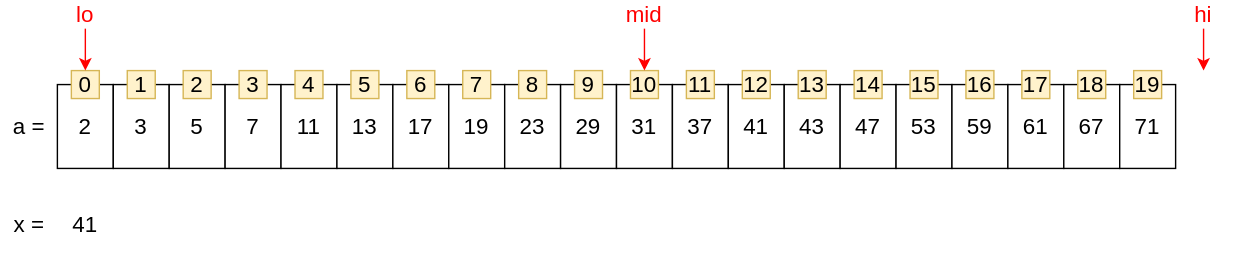
The draw.io diagram img/algorithm/algorithm-1030-01-01-01.svg in zininote/zininote.github.io-old-, before a commit. Source tidied: cells renumbered, new cells last; positions are measured from the earlier drawing's top-left corner, leaving out a move shared by most shapes. Source of this version:
```xml
<mxGraphModel>
  <root>
    <mxCell id="0" />
    <mxCell id="1" parent="0" />
    <mxCell id="2" style="group;" parent="1" vertex="1">
      <mxGeometry x="40" y="60" width="800" height="60" as="geometry" />
    </mxCell>
    <mxCell id="3" value="2" style="rounded=0;whiteSpace=wrap;html=1;fontSize=16;" parent="2" vertex="1">
      <mxGeometry width="40" height="60" as="geometry" />
    </mxCell>
    <mxCell id="4" value="3" style="rounded=0;whiteSpace=wrap;html=1;fontSize=16;" parent="2" vertex="1">
      <mxGeometry x="40" width="40" height="60" as="geometry" />
    </mxCell>
    <mxCell id="5" value="5" style="rounded=0;whiteSpace=wrap;html=1;fontSize=16;" parent="2" vertex="1">
      <mxGeometry x="80" width="40" height="60" as="geometry" />
    </mxCell>
    <mxCell id="6" value="7" style="rounded=0;whiteSpace=wrap;html=1;fontSize=16;" parent="2" vertex="1">
      <mxGeometry x="120" width="40" height="60" as="geometry" />
    </mxCell>
    <mxCell id="7" value="11" style="rounded=0;whiteSpace=wrap;html=1;fontSize=16;" parent="2" vertex="1">
      <mxGeometry x="160" width="40" height="60" as="geometry" />
    </mxCell>
    <mxCell id="8" value="13" style="rounded=0;whiteSpace=wrap;html=1;fontSize=16;" parent="2" vertex="1">
      <mxGeometry x="200" width="40" height="60" as="geometry" />
    </mxCell>
    <mxCell id="9" value="17" style="rounded=0;whiteSpace=wrap;html=1;fontSize=16;" parent="2" vertex="1">
      <mxGeometry x="240" width="40" height="60" as="geometry" />
    </mxCell>
    <mxCell id="10" value="19" style="rounded=0;whiteSpace=wrap;html=1;fontSize=16;" parent="2" vertex="1">
      <mxGeometry x="280" width="40" height="60" as="geometry" />
    </mxCell>
    <mxCell id="11" value="23" style="rounded=0;whiteSpace=wrap;html=1;fontSize=16;" parent="2" vertex="1">
      <mxGeometry x="320" width="40" height="60" as="geometry" />
    </mxCell>
    <mxCell id="12" value="29" style="rounded=0;whiteSpace=wrap;html=1;fontSize=16;" parent="2" vertex="1">
      <mxGeometry x="360" width="40" height="60" as="geometry" />
    </mxCell>
    <mxCell id="13" value="31" style="rounded=0;whiteSpace=wrap;html=1;fontSize=16;" parent="2" vertex="1">
      <mxGeometry x="400" width="40" height="60" as="geometry" />
    </mxCell>
    <mxCell id="14" value="37" style="rounded=0;whiteSpace=wrap;html=1;fontSize=16;" parent="2" vertex="1">
      <mxGeometry x="440" width="40" height="60" as="geometry" />
    </mxCell>
    <mxCell id="15" value="41" style="rounded=0;whiteSpace=wrap;html=1;fontSize=16;" parent="2" vertex="1">
      <mxGeometry x="480" width="40" height="60" as="geometry" />
    </mxCell>
    <mxCell id="16" value="43" style="rounded=0;whiteSpace=wrap;html=1;fontSize=16;" parent="2" vertex="1">
      <mxGeometry x="520" width="40" height="60" as="geometry" />
    </mxCell>
    <mxCell id="17" value="47" style="rounded=0;whiteSpace=wrap;html=1;fontSize=16;" parent="2" vertex="1">
      <mxGeometry x="560" width="40" height="60" as="geometry" />
    </mxCell>
    <mxCell id="18" value="53" style="rounded=0;whiteSpace=wrap;html=1;fontSize=16;" parent="2" vertex="1">
      <mxGeometry x="600" width="40" height="60" as="geometry" />
    </mxCell>
    <mxCell id="19" value="59" style="rounded=0;whiteSpace=wrap;html=1;fontSize=16;" parent="2" vertex="1">
      <mxGeometry x="640" width="40" height="60" as="geometry" />
    </mxCell>
    <mxCell id="20" value="61" style="rounded=0;whiteSpace=wrap;html=1;fontSize=16;" parent="2" vertex="1">
      <mxGeometry x="680" width="40" height="60" as="geometry" />
    </mxCell>
    <mxCell id="21" value="67" style="rounded=0;whiteSpace=wrap;html=1;fontSize=16;" parent="2" vertex="1">
      <mxGeometry x="720" width="40" height="60" as="geometry" />
    </mxCell>
    <mxCell id="22" value="71" style="rounded=0;whiteSpace=wrap;html=1;fontSize=16;" parent="2" vertex="1">
      <mxGeometry x="760" width="40" height="60" as="geometry" />
    </mxCell>
    <mxCell id="23" value="a =" style="text;html=1;strokeColor=none;fillColor=none;align=center;verticalAlign=middle;whiteSpace=wrap;rounded=0;fontSize=16;" parent="1" vertex="1">
      <mxGeometry y="60" width="40" height="60" as="geometry" />
    </mxCell>
    <mxCell id="24" value="x =" style="text;html=1;strokeColor=none;fillColor=none;align=center;verticalAlign=middle;whiteSpace=wrap;rounded=0;fontSize=16;" parent="1" vertex="1">
      <mxGeometry y="140" width="40" height="40" as="geometry" />
    </mxCell>
    <mxCell id="25" value="41" style="text;html=1;strokeColor=none;fillColor=none;align=center;verticalAlign=middle;whiteSpace=wrap;rounded=0;fontSize=16;" parent="1" vertex="1">
      <mxGeometry x="40" y="140" width="40" height="40" as="geometry" />
    </mxCell>
    <mxCell id="26" value="&lt;span style=&quot;font-size: 16px&quot;&gt;0&lt;/span&gt;" style="text;html=1;strokeColor=#d6b656;fillColor=#fff2cc;align=center;verticalAlign=middle;whiteSpace=wrap;rounded=0;" parent="1" vertex="1">
      <mxGeometry x="50" y="50" width="20" height="20" as="geometry" />
    </mxCell>
    <mxCell id="27" value="&lt;span style=&quot;font-size: 16px&quot;&gt;1&lt;/span&gt;" style="text;html=1;strokeColor=#d6b656;fillColor=#fff2cc;align=center;verticalAlign=middle;whiteSpace=wrap;rounded=0;" parent="1" vertex="1">
      <mxGeometry x="90" y="50" width="20" height="20" as="geometry" />
    </mxCell>
    <mxCell id="28" value="&lt;span style=&quot;font-size: 16px&quot;&gt;2&lt;/span&gt;" style="text;html=1;strokeColor=#d6b656;fillColor=#fff2cc;align=center;verticalAlign=middle;whiteSpace=wrap;rounded=0;" parent="1" vertex="1">
      <mxGeometry x="130" y="50" width="20" height="20" as="geometry" />
    </mxCell>
    <mxCell id="29" value="&lt;span style=&quot;font-size: 16px&quot;&gt;3&lt;/span&gt;" style="text;html=1;strokeColor=#d6b656;fillColor=#fff2cc;align=center;verticalAlign=middle;whiteSpace=wrap;rounded=0;" parent="1" vertex="1">
      <mxGeometry x="170" y="50" width="20" height="20" as="geometry" />
    </mxCell>
    <mxCell id="30" value="&lt;span style=&quot;font-size: 16px&quot;&gt;4&lt;/span&gt;" style="text;html=1;strokeColor=#d6b656;fillColor=#fff2cc;align=center;verticalAlign=middle;whiteSpace=wrap;rounded=0;" parent="1" vertex="1">
      <mxGeometry x="210" y="50" width="20" height="20" as="geometry" />
    </mxCell>
    <mxCell id="31" value="&lt;span style=&quot;font-size: 16px&quot;&gt;5&lt;/span&gt;" style="text;html=1;strokeColor=#d6b656;fillColor=#fff2cc;align=center;verticalAlign=middle;whiteSpace=wrap;rounded=0;" parent="1" vertex="1">
      <mxGeometry x="250" y="50" width="20" height="20" as="geometry" />
    </mxCell>
    <mxCell id="32" value="&lt;span style=&quot;font-size: 16px&quot;&gt;6&lt;/span&gt;" style="text;html=1;strokeColor=#d6b656;fillColor=#fff2cc;align=center;verticalAlign=middle;whiteSpace=wrap;rounded=0;" parent="1" vertex="1">
      <mxGeometry x="290" y="50" width="20" height="20" as="geometry" />
    </mxCell>
    <mxCell id="33" value="&lt;span style=&quot;font-size: 16px&quot;&gt;7&lt;/span&gt;" style="text;html=1;strokeColor=#d6b656;fillColor=#fff2cc;align=center;verticalAlign=middle;whiteSpace=wrap;rounded=0;" parent="1" vertex="1">
      <mxGeometry x="330" y="50" width="20" height="20" as="geometry" />
    </mxCell>
    <mxCell id="34" value="&lt;span style=&quot;font-size: 16px&quot;&gt;8&lt;/span&gt;" style="text;html=1;strokeColor=#d6b656;fillColor=#fff2cc;align=center;verticalAlign=middle;whiteSpace=wrap;rounded=0;" parent="1" vertex="1">
      <mxGeometry x="370" y="50" width="20" height="20" as="geometry" />
    </mxCell>
    <mxCell id="35" value="&lt;span style=&quot;font-size: 16px&quot;&gt;9&lt;/span&gt;" style="text;html=1;strokeColor=#d6b656;fillColor=#fff2cc;align=center;verticalAlign=middle;whiteSpace=wrap;rounded=0;" parent="1" vertex="1">
      <mxGeometry x="410" y="50" width="20" height="20" as="geometry" />
    </mxCell>
    <mxCell id="36" value="&lt;span style=&quot;font-size: 16px&quot;&gt;10&lt;/span&gt;" style="text;html=1;strokeColor=#d6b656;fillColor=#fff2cc;align=center;verticalAlign=middle;whiteSpace=wrap;rounded=0;" parent="1" vertex="1">
      <mxGeometry x="450" y="50" width="20" height="20" as="geometry" />
    </mxCell>
    <mxCell id="37" value="&lt;span style=&quot;font-size: 16px&quot;&gt;11&lt;/span&gt;" style="text;html=1;strokeColor=#d6b656;fillColor=#fff2cc;align=center;verticalAlign=middle;whiteSpace=wrap;rounded=0;" parent="1" vertex="1">
      <mxGeometry x="490" y="50" width="20" height="20" as="geometry" />
    </mxCell>
    <mxCell id="38" value="&lt;span style=&quot;font-size: 16px&quot;&gt;12&lt;/span&gt;" style="text;html=1;strokeColor=#d6b656;fillColor=#fff2cc;align=center;verticalAlign=middle;whiteSpace=wrap;rounded=0;" parent="1" vertex="1">
      <mxGeometry x="530" y="50" width="20" height="20" as="geometry" />
    </mxCell>
    <mxCell id="39" value="&lt;span style=&quot;font-size: 16px&quot;&gt;13&lt;/span&gt;" style="text;html=1;strokeColor=#d6b656;fillColor=#fff2cc;align=center;verticalAlign=middle;whiteSpace=wrap;rounded=0;" parent="1" vertex="1">
      <mxGeometry x="570" y="50" width="20" height="20" as="geometry" />
    </mxCell>
    <mxCell id="40" value="&lt;span style=&quot;font-size: 16px&quot;&gt;14&lt;/span&gt;" style="text;html=1;strokeColor=#d6b656;fillColor=#fff2cc;align=center;verticalAlign=middle;whiteSpace=wrap;rounded=0;" parent="1" vertex="1">
      <mxGeometry x="610" y="50" width="20" height="20" as="geometry" />
    </mxCell>
    <mxCell id="41" value="&lt;span style=&quot;font-size: 16px&quot;&gt;15&lt;/span&gt;" style="text;html=1;strokeColor=#d6b656;fillColor=#fff2cc;align=center;verticalAlign=middle;whiteSpace=wrap;rounded=0;" parent="1" vertex="1">
      <mxGeometry x="650" y="50" width="20" height="20" as="geometry" />
    </mxCell>
    <mxCell id="42" value="&lt;span style=&quot;font-size: 16px&quot;&gt;16&lt;/span&gt;" style="text;html=1;strokeColor=#d6b656;fillColor=#fff2cc;align=center;verticalAlign=middle;whiteSpace=wrap;rounded=0;" parent="1" vertex="1">
      <mxGeometry x="690" y="50" width="20" height="20" as="geometry" />
    </mxCell>
    <mxCell id="43" value="&lt;span style=&quot;font-size: 16px&quot;&gt;17&lt;/span&gt;" style="text;html=1;strokeColor=#d6b656;fillColor=#fff2cc;align=center;verticalAlign=middle;whiteSpace=wrap;rounded=0;" parent="1" vertex="1">
      <mxGeometry x="730" y="50" width="20" height="20" as="geometry" />
    </mxCell>
    <mxCell id="44" value="&lt;span style=&quot;font-size: 16px&quot;&gt;18&lt;/span&gt;" style="text;html=1;strokeColor=#d6b656;fillColor=#fff2cc;align=center;verticalAlign=middle;whiteSpace=wrap;rounded=0;" parent="1" vertex="1">
      <mxGeometry x="770" y="50" width="20" height="20" as="geometry" />
    </mxCell>
    <mxCell id="45" value="&lt;span style=&quot;font-size: 16px&quot;&gt;19&lt;/span&gt;" style="text;html=1;strokeColor=#d6b656;fillColor=#fff2cc;align=center;verticalAlign=middle;whiteSpace=wrap;rounded=0;" parent="1" vertex="1">
      <mxGeometry x="810" y="50" width="20" height="20" as="geometry" />
    </mxCell>
    <mxCell id="46" style="group;" parent="1" vertex="1">
      <mxGeometry x="40" width="40" height="20" as="geometry" />
    </mxCell>
    <mxCell id="47" style="group;" parent="46" vertex="1">
      <mxGeometry width="40" height="20" as="geometry" />
    </mxCell>
    <mxCell id="48" value="lo" style="text;html=1;strokeColor=none;fillColor=none;align=center;verticalAlign=middle;whiteSpace=wrap;rounded=0;fontSize=16;fontColor=#FF0000;" parent="47" vertex="1">
      <mxGeometry width="40" height="20" as="geometry" />
    </mxCell>
    <mxCell id="49" style="edgeStyle=orthogonalEdgeStyle;rounded=0;jettySize=auto;html=1;exitX=0.5;exitY=1;exitDx=0;exitDy=0;entryX=0.5;entryY=0;entryDx=0;entryDy=0;fontSize=16;fontColor=#FF0000;strokeColor=#FF0000;" parent="46" edge="1" source="48" target="26">
      <mxGeometry relative="1" as="geometry" />
    </mxCell>
    <mxCell id="50" style="group;" parent="1" vertex="1">
      <mxGeometry x="440" width="40" height="20" as="geometry" />
    </mxCell>
    <mxCell id="51" style="group;" parent="50" vertex="1">
      <mxGeometry width="40" height="20" as="geometry" />
    </mxCell>
    <mxCell id="52" value="mid" style="text;html=1;strokeColor=none;fillColor=none;align=center;verticalAlign=middle;whiteSpace=wrap;rounded=0;fontSize=16;fontColor=#FF0000;" parent="51" vertex="1">
      <mxGeometry width="40" height="20" as="geometry" />
    </mxCell>
    <mxCell id="53" style="edgeStyle=orthogonalEdgeStyle;rounded=0;jettySize=auto;html=1;exitX=0.5;exitY=1;exitDx=0;exitDy=0;entryX=0.5;entryY=0;entryDx=0;entryDy=0;fontSize=16;fontColor=#FF0000;strokeColor=#FF0000;" parent="50" edge="1" source="52">
      <mxGeometry relative="1" as="geometry" />
    </mxCell>
    <mxCell id="54" style="edgeStyle=orthogonalEdgeStyle;rounded=0;jettySize=auto;html=1;exitX=0.5;exitY=1;exitDx=0;exitDy=0;entryX=0.5;entryY=0;entryDx=0;entryDy=0;strokeColor=#FF0000;fontSize=16;fontColor=#FF0000;" parent="1" edge="1" source="52" target="36">
      <mxGeometry relative="1" as="geometry" />
    </mxCell>
    <mxCell id="55" style="group;" parent="1" vertex="1">
      <mxGeometry x="840" width="40" height="20" as="geometry" />
    </mxCell>
    <mxCell id="56" style="group;" parent="55" vertex="1">
      <mxGeometry width="40" height="20" as="geometry" />
    </mxCell>
    <mxCell id="57" value="hi" style="text;html=1;strokeColor=none;fillColor=none;align=center;verticalAlign=middle;whiteSpace=wrap;rounded=0;fontSize=16;fontColor=#FF0000;" parent="56" vertex="1">
      <mxGeometry width="40" height="20" as="geometry" />
    </mxCell>
    <mxCell id="58" style="edgeStyle=orthogonalEdgeStyle;rounded=0;jettySize=auto;html=1;exitX=0.5;exitY=1;exitDx=0;exitDy=0;entryX=0.5;entryY=0;entryDx=0;entryDy=0;fontSize=16;fontColor=#FF0000;strokeColor=#FF0000;" parent="55" edge="1" source="57">
      <mxGeometry relative="1" as="geometry" />
    </mxCell>
    <mxCell id="59" style="edgeStyle=orthogonalEdgeStyle;rounded=0;jettySize=auto;html=1;exitX=0.5;exitY=1;exitDx=0;exitDy=0;strokeColor=#FF0000;fontSize=16;fontColor=#FF0000;" parent="1" edge="1" source="57">
      <mxGeometry relative="1" as="geometry">
        <mxPoint x="860" y="50" as="targetPoint" />
      </mxGeometry>
    </mxCell>
  </root>
</mxGraphModel>
```
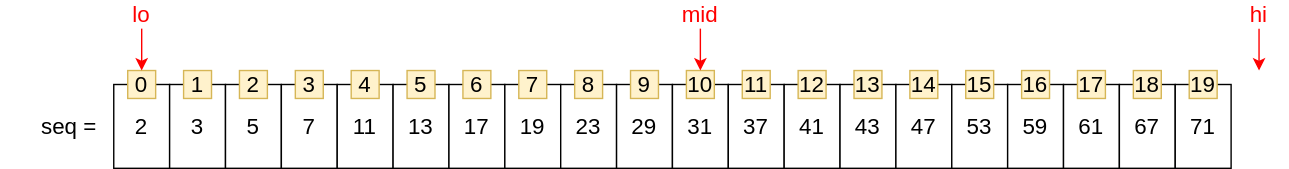
Above is the later version.

Change to the diagram source:
```diff
@@ -65,15 +65,6 @@
     <mxCell id="22" value="71" style="rounded=0;whiteSpace=wrap;html=1;fontSize=16;" parent="2" vertex="1">
       <mxGeometry x="760" width="40" height="60" as="geometry" />
     </mxCell>
-    <mxCell id="23" value="a =" style="text;html=1;strokeColor=none;fillColor=none;align=center;verticalAlign=middle;whiteSpace=wrap;rounded=0;fontSize=16;" parent="1" vertex="1">
-      <mxGeometry y="60" width="40" height="60" as="geometry" />
-    </mxCell>
-    <mxCell id="24" value="x =" style="text;html=1;strokeColor=none;fillColor=none;align=center;verticalAlign=middle;whiteSpace=wrap;rounded=0;fontSize=16;" parent="1" vertex="1">
-      <mxGeometry y="140" width="40" height="40" as="geometry" />
-    </mxCell>
-    <mxCell id="25" value="41" style="text;html=1;strokeColor=none;fillColor=none;align=center;verticalAlign=middle;whiteSpace=wrap;rounded=0;fontSize=16;" parent="1" vertex="1">
-      <mxGeometry x="40" y="140" width="40" height="40" as="geometry" />
-    </mxCell>
     <mxCell id="26" value="&lt;span style=&quot;font-size: 16px&quot;&gt;0&lt;/span&gt;" style="text;html=1;strokeColor=#d6b656;fillColor=#fff2cc;align=center;verticalAlign=middle;whiteSpace=wrap;rounded=0;" parent="1" vertex="1">
       <mxGeometry x="50" y="50" width="20" height="20" as="geometry" />
     </mxCell>
@@ -178,5 +169,8 @@
         <mxPoint x="860" y="50" as="targetPoint" />
       </mxGeometry>
     </mxCell>
+    <mxCell id="60" value="seq =" style="text;html=1;strokeColor=none;fillColor=none;align=right;verticalAlign=middle;whiteSpace=wrap;rounded=0;fontSize=16;" parent="1" vertex="1">
+      <mxGeometry x="-40" y="60" width="70" height="60" as="geometry" />
+    </mxCell>
   </root>
 </mxGraphModel>
```
